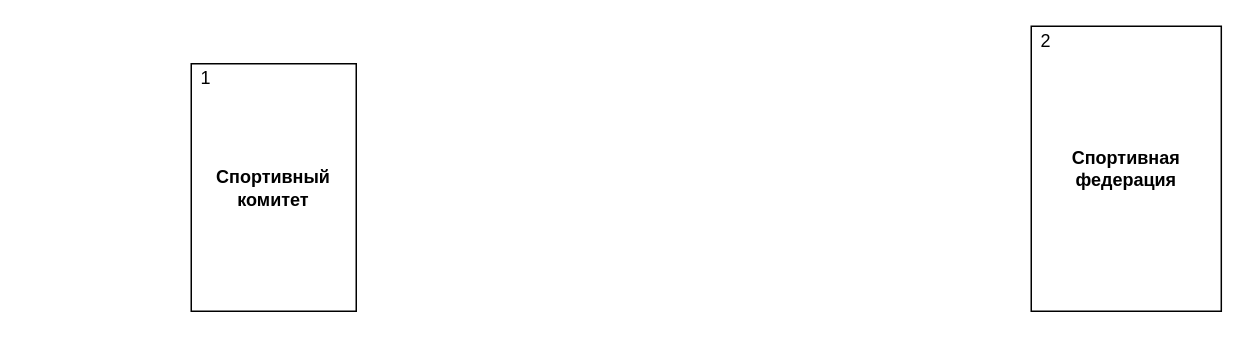
Earlier version of the draw.io diagram page "DFD (декомпозиция)" (8 of 11) of Диаграммы ИС «Спортивный комитет».drawio (antonch985/Education). Source tidied: cells renumbered, new cells numbered last; positions are measured from the earlier drawing's top-left corner, leaving out a move shared by most shapes. Both pictures are drawn from the tidied source at 150%, with x=0, y=0 at pixel (190, 26).
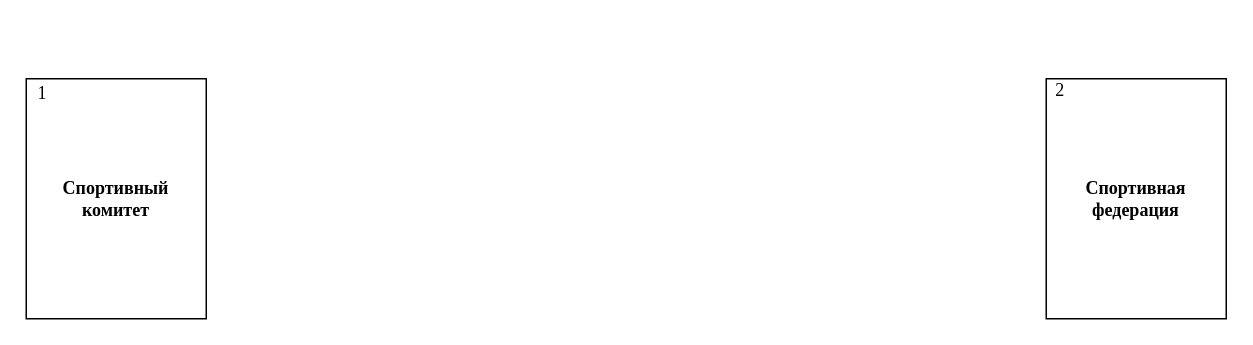
Above is the later version.

What changed in the source:
```diff
@@
 <mxGraphModel>
   <root>
     <mxCell id="0" />
     <mxCell id="1" parent="0" />
-    <mxCell id="2" style="group;" parent="1" vertex="1">
-      <mxGeometry x="560" width="126.7" height="190" as="geometry" />
+    <mxCell id="2" style="group;fontFamily=Times New Roman;" parent="1" vertex="1">
+      <mxGeometry x="570" y="35" width="120" height="160" as="geometry" />
     </mxCell>
-    <mxCell id="3" value="Спортивная&lt;br&gt;&lt;div&gt;федерация&lt;/div&gt;" style="rounded=0;whiteSpace=wrap;html=1;fontStyle=1;" parent="2" vertex="1">
-      <mxGeometry width="126.7" height="190" as="geometry" />
+    <mxCell id="3" value="Спортивная&lt;br&gt;&lt;div&gt;федерация&lt;/div&gt;" style="rounded=0;whiteSpace=wrap;html=1;fontStyle=1;fontFamily=Times New Roman;" parent="2" vertex="1">
+      <mxGeometry width="120" height="160" as="geometry" />
     </mxCell>
-    <mxCell id="4" value="2" style="text;html=1;whiteSpace=wrap;strokeColor=none;fillColor=none;align=center;verticalAlign=middle;rounded=0;" parent="2" vertex="1">
-      <mxGeometry width="20" height="20" as="geometry" />
+    <mxCell id="4" value="2" style="text;html=1;whiteSpace=wrap;strokeColor=none;fillColor=none;align=center;verticalAlign=middle;rounded=0;fontFamily=Times New Roman;" parent="2" vertex="1">
+      <mxGeometry width="18.9" height="16.8" as="geometry" />
     </mxCell>
-    <mxCell id="5" style="group;" parent="1" vertex="1">
-      <mxGeometry y="25" width="110" height="165" as="geometry" />
+    <mxCell id="5" style="group;fontFamily=Times New Roman;" parent="1" vertex="1">
+      <mxGeometry x="-110" y="35" width="120" height="160" as="geometry" />
     </mxCell>
-    <mxCell id="6" value="Спортивный&lt;div&gt;комитет&lt;/div&gt;" style="rounded=0;whiteSpace=wrap;html=1;fontStyle=1;" parent="5" vertex="1">
-      <mxGeometry width="110" height="165" as="geometry" />
+    <mxCell id="6" value="Спортивный&lt;div&gt;комитет&lt;/div&gt;" style="rounded=0;whiteSpace=wrap;html=1;fontStyle=1;fontFamily=Times New Roman;" parent="5" vertex="1">
+      <mxGeometry width="120" height="160" as="geometry" />
     </mxCell>
-    <mxCell id="7" value="1" style="text;html=1;whiteSpace=wrap;strokeColor=none;fillColor=none;align=center;verticalAlign=middle;rounded=0;" parent="5" vertex="1">
-      <mxGeometry width="20" height="20" as="geometry" />
+    <mxCell id="7" value="1" style="text;html=1;whiteSpace=wrap;strokeColor=none;fillColor=none;align=center;verticalAlign=middle;rounded=0;fontFamily=Times New Roman;" parent="5" vertex="1">
+      <mxGeometry width="21.8" height="19.4" as="geometry" />
     </mxCell>
   </root>
 </mxGraphModel>
```
